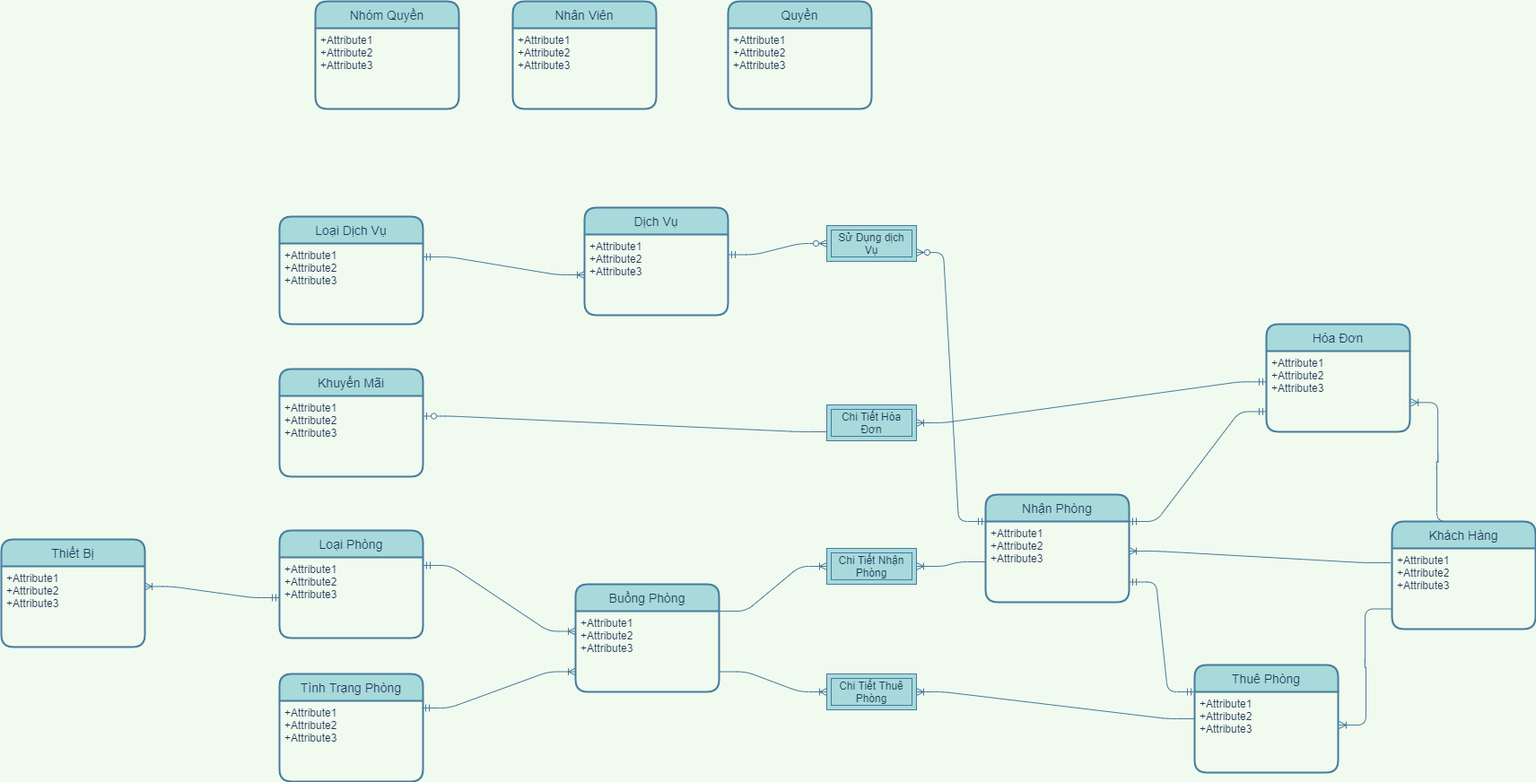
The draw.io diagram EntityRelationship-QLKS.png in maialino123/QLKS, before a commit. Source tidied: cells renumbered, new cells last; positions are measured from the earlier drawing's top-left corner, leaving out a move shared by most shapes.
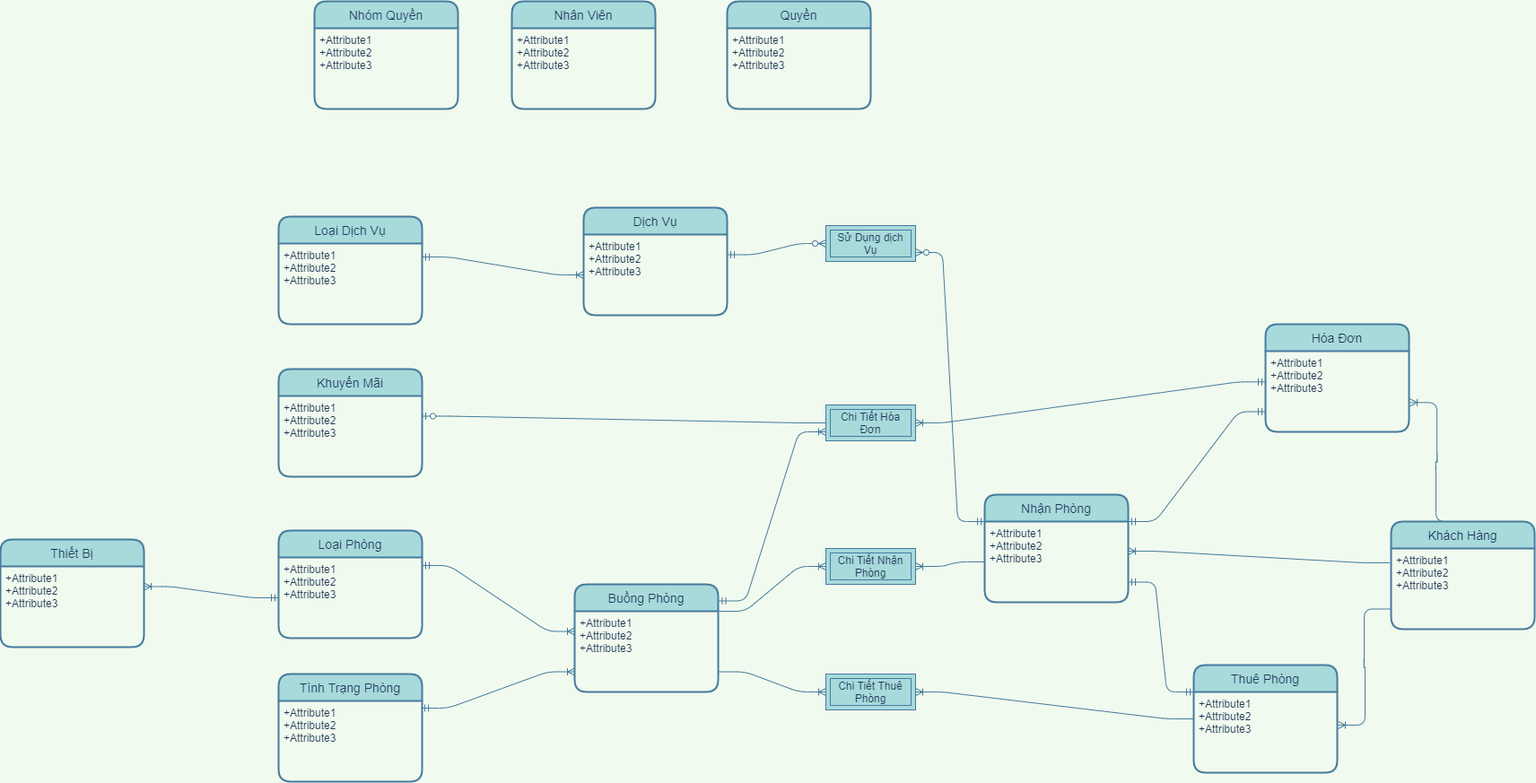
The same file after the commit.

The edit, as a diff of the source:
```diff
@@ -125,7 +125,7 @@
     <mxCell id="42" value="+Attribute1&#10;+Attribute2&#10;+Attribute3" style="align=left;strokeColor=none;fillColor=none;spacingLeft=4;fontSize=12;verticalAlign=top;fontColor=#1D3557;" parent="41" vertex="1">
       <mxGeometry y="30" width="160" height="90" as="geometry" />
     </mxCell>
-    <mxCell id="43" style="edgeStyle=entityRelationEdgeStyle;fontSize=12;html=1;endArrow=ERzeroToOne;endFill=1;strokeColor=#457B9D;fillColor=#A8DADC;entryX=1;entryY=0.25;entryDx=0;entryDy=0;exitX=0;exitY=0.75;exitDx=0;exitDy=0;labelBackgroundColor=#F1FAEE;fontColor=#1D3557;" parent="1" edge="1" source="39" target="42">
+    <mxCell id="43" style="edgeStyle=entityRelationEdgeStyle;fontSize=12;html=1;endArrow=ERzeroToOne;endFill=1;strokeColor=#457B9D;fillColor=#A8DADC;entryX=1;entryY=0.25;entryDx=0;entryDy=0;exitX=0;exitY=0.5;exitDx=0;exitDy=0;labelBackgroundColor=#F1FAEE;fontColor=#1D3557;" parent="1" edge="1" source="39" target="42">
       <mxGeometry relative="1" as="geometry" />
     </mxCell>
     <mxCell id="44" value="Loại Dịch Vụ" style="swimlane;horizontal=1;startSize=30;rounded=1;fontSize=14;fontStyle=0;strokeWidth=2;shadow=0;dashed=0;align=center;fillColor=#A8DADC;strokeColor=#457B9D;fontColor=#1D3557;" parent="1" vertex="1">
@@ -149,5 +149,8 @@
     <mxCell id="50" style="edgeStyle=entityRelationEdgeStyle;fontSize=12;html=1;endArrow=ERzeroToMany;startArrow=ERmandOne;entryX=1;entryY=0.75;entryDx=0;entryDy=0;exitX=0;exitY=0;exitDx=0;exitDy=0;labelBackgroundColor=#F1FAEE;strokeColor=#457B9D;fontColor=#1D3557;" parent="1" edge="1" source="17" target="49">
       <mxGeometry relative="1" as="geometry" />
     </mxCell>
+    <mxCell id="51" style="edgeStyle=entityRelationEdgeStyle;fontSize=12;html=1;endArrow=ERoneToMany;startArrow=ERmandOne;strokeColor=#457B9D;fillColor=#A8DADC;entryX=0;entryY=0.75;entryDx=0;entryDy=0;exitX=1.003;exitY=0.154;exitDx=0;exitDy=0;exitPerimeter=0;" parent="1" edge="1" source="4" target="39">
+      <mxGeometry relative="1" as="geometry" />
+    </mxCell>
   </root>
 </mxGraphModel>
```
